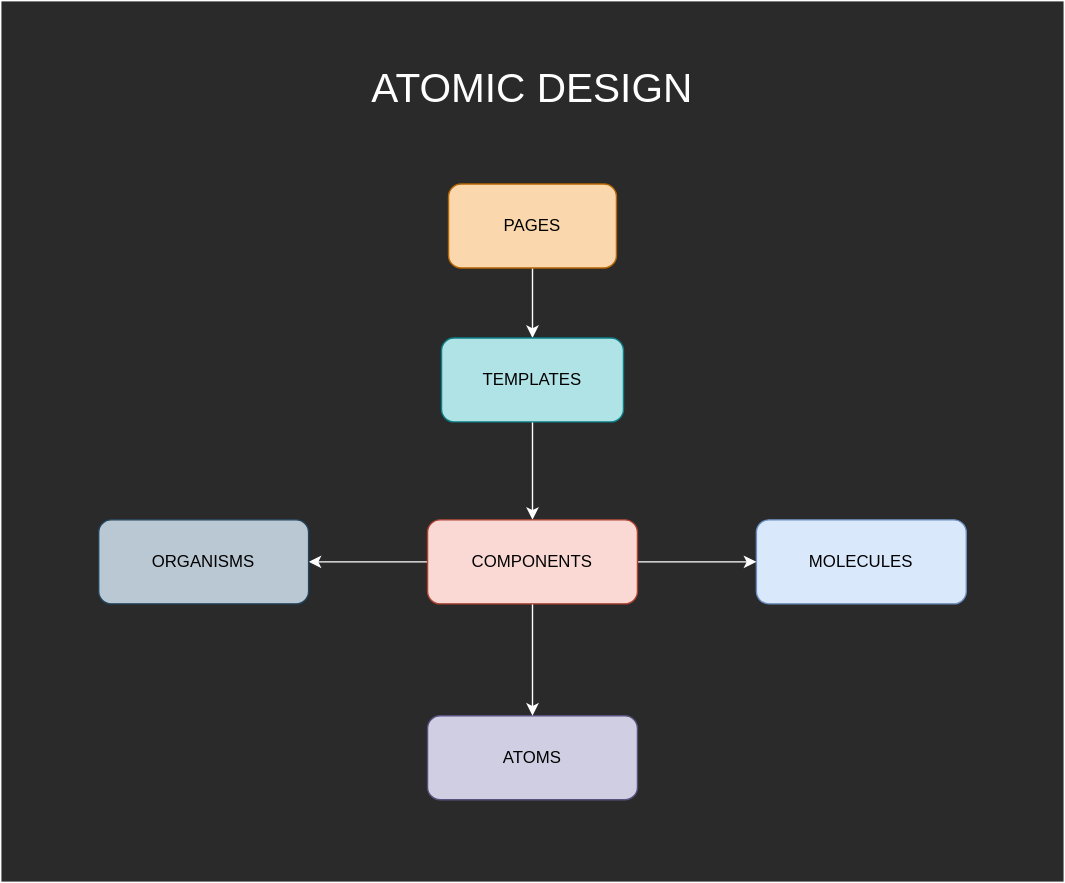
Before: informations/design.svg, a diagram exported from draw.io (LucaOster/webpack). Source tidied: cells renumbered, new cells last; positions are measured from the earlier drawing's top-left corner, leaving out a move shared by most shapes. Source of this version:
```xml
<mxGraphModel>
  <root>
    <mxCell id="0" />
    <mxCell id="1" parent="0" />
    <mxCell id="2" style="rounded=0;whiteSpace=wrap;html=1;shadow=0;sketch=0;glass=0;strokeColor=#FFFFFF;fillColor=#2A2A2A;" parent="1" vertex="1">
      <mxGeometry width="760" height="630" as="geometry" />
    </mxCell>
    <mxCell id="3" style="edgeStyle=orthogonalEdgeStyle;rounded=0;jettySize=auto;html=1;entryX=0.5;entryY=0;entryDx=0;entryDy=0;fontColor=#000000;strokeColor=#FFFFFF;" parent="1" edge="1" source="4" target="7">
      <mxGeometry relative="1" as="geometry" />
    </mxCell>
    <mxCell id="4" value="PAGES" style="rounded=1;whiteSpace=wrap;html=1;fillColor=#fad7ac;strokeColor=#b46504;fontColor=#000000;" parent="1" vertex="1">
      <mxGeometry x="320" y="131" width="120" height="60" as="geometry" />
    </mxCell>
    <mxCell id="5" value="ATOMS" style="rounded=1;whiteSpace=wrap;html=1;fillColor=#d0cee2;strokeColor=#56517e;fontColor=#000000;" parent="1" vertex="1">
      <mxGeometry x="305" y="511" width="150" height="60" as="geometry" />
    </mxCell>
    <mxCell id="6" style="edgeStyle=orthogonalEdgeStyle;rounded=0;jettySize=auto;html=1;entryX=0.5;entryY=0;entryDx=0;entryDy=0;fontColor=#000000;strokeColor=#FFFFFF;" parent="1" edge="1" source="7" target="12">
      <mxGeometry relative="1" as="geometry" />
    </mxCell>
    <mxCell id="7" value="TEMPLATES" style="rounded=1;whiteSpace=wrap;html=1;fillColor=#b0e3e6;strokeColor=#0e8088;fontColor=#000000;" parent="1" vertex="1">
      <mxGeometry x="315" y="241" width="130" height="60" as="geometry" />
    </mxCell>
    <mxCell id="8" value="MOLECULES" style="rounded=1;whiteSpace=wrap;html=1;fillColor=#dae8fc;strokeColor=#6c8ebf;fontColor=#000000;" parent="1" vertex="1">
      <mxGeometry x="540" y="371" width="150" height="60" as="geometry" />
    </mxCell>
    <mxCell id="9" style="edgeStyle=orthogonalEdgeStyle;rounded=0;jettySize=auto;html=1;entryX=0.5;entryY=0;entryDx=0;entryDy=0;fontColor=#000000;strokeColor=#FFFFFF;" parent="1" edge="1" source="12" target="5">
      <mxGeometry relative="1" as="geometry" />
    </mxCell>
    <mxCell id="10" style="edgeStyle=orthogonalEdgeStyle;rounded=0;jettySize=auto;html=1;entryX=0;entryY=0.5;entryDx=0;entryDy=0;fontColor=#000000;strokeColor=#FFFFFF;" parent="1" edge="1" source="12" target="8">
      <mxGeometry relative="1" as="geometry" />
    </mxCell>
    <mxCell id="11" style="edgeStyle=orthogonalEdgeStyle;rounded=0;jettySize=auto;html=1;entryX=1;entryY=0.5;entryDx=0;entryDy=0;fontColor=#000000;strokeColor=#FFFFFF;" parent="1" edge="1" source="12" target="13">
      <mxGeometry relative="1" as="geometry" />
    </mxCell>
    <mxCell id="12" value="COMPONENTS" style="rounded=1;whiteSpace=wrap;html=1;fillColor=#fad9d5;strokeColor=#ae4132;fontColor=#000000;" parent="1" vertex="1">
      <mxGeometry x="305" y="371" width="150" height="60" as="geometry" />
    </mxCell>
    <mxCell id="13" value="ORGANISMS" style="rounded=1;whiteSpace=wrap;html=1;fillColor=#bac8d3;strokeColor=#23445d;fontColor=#000000;" parent="1" vertex="1">
      <mxGeometry x="70" y="371" width="150" height="60" as="geometry" />
    </mxCell>
    <mxCell id="14" value="ATOMIC DESIGN" style="text;html=1;strokeColor=none;fillColor=none;align=center;verticalAlign=middle;whiteSpace=wrap;rounded=0;shadow=0;glass=0;sketch=0;fontSize=29;fontColor=#FFFFFF;" parent="1" vertex="1">
      <mxGeometry x="250" y="48" width="260" height="30" as="geometry" />
    </mxCell>
  </root>
</mxGraphModel>
```
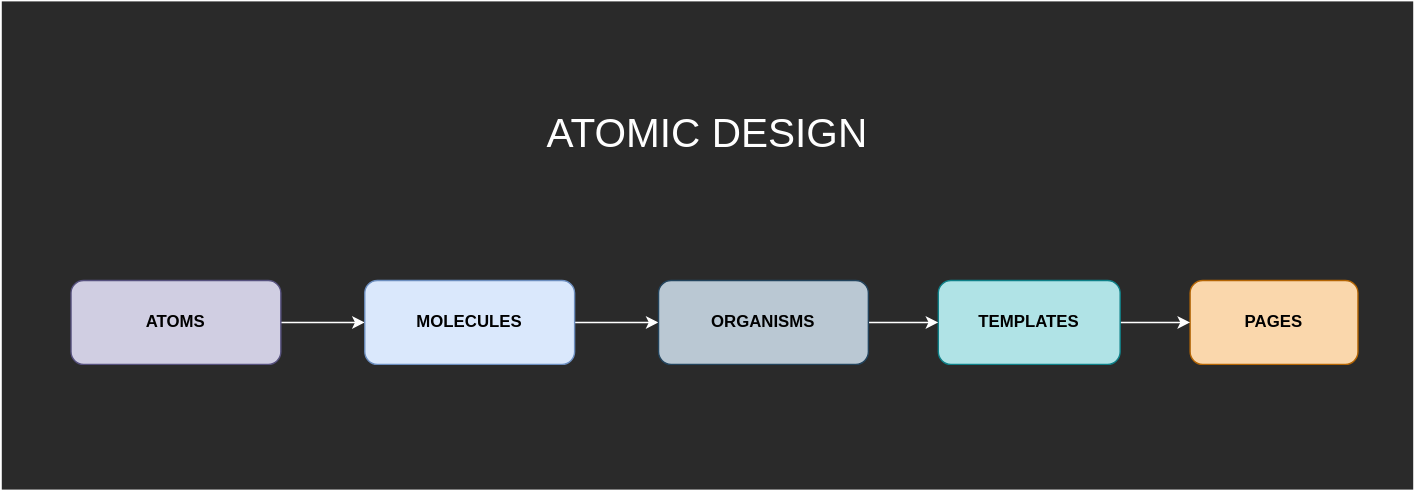
Later version of the same file.

Commit message:
docs: update diagram and text in readme

Change to the diagram source:
```diff
@@ -3,43 +3,37 @@
     <mxCell id="0" />
     <mxCell id="1" parent="0" />
     <mxCell id="2" style="rounded=0;whiteSpace=wrap;html=1;shadow=0;sketch=0;glass=0;strokeColor=#FFFFFF;fillColor=#2A2A2A;" parent="1" vertex="1">
-      <mxGeometry width="760" height="630" as="geometry" />
+      <mxGeometry y="51" width="1010" height="350" as="geometry" />
     </mxCell>
-    <mxCell id="3" style="edgeStyle=orthogonalEdgeStyle;rounded=0;jettySize=auto;html=1;entryX=0.5;entryY=0;entryDx=0;entryDy=0;fontColor=#000000;strokeColor=#FFFFFF;" parent="1" edge="1" source="4" target="7">
-      <mxGeometry relative="1" as="geometry" />
-    </mxCell>
-    <mxCell id="4" value="PAGES" style="rounded=1;whiteSpace=wrap;html=1;fillColor=#fad7ac;strokeColor=#b46504;fontColor=#000000;" parent="1" vertex="1">
-      <mxGeometry x="320" y="131" width="120" height="60" as="geometry" />
+    <mxCell id="4" value="PAGES" style="rounded=1;whiteSpace=wrap;html=1;fillColor=#fad7ac;strokeColor=#b46504;fontColor=#000000;fontStyle=1;" parent="1" vertex="1">
+      <mxGeometry x="850" y="251" width="120" height="60" as="geometry" />
     </mxCell>
+    <mxCell id="15" style="edgeStyle=orthogonalEdgeStyle;rounded=0;jettySize=auto;html=1;entryX=0;entryY=0.5;entryDx=0;entryDy=0;strokeColor=#FFFFFF;" parent="1" edge="1" source="5" target="8">
+      <mxGeometry relative="1" as="geometry" />
+    </mxCell>
-    <mxCell id="5" value="ATOMS" style="rounded=1;whiteSpace=wrap;html=1;fillColor=#d0cee2;strokeColor=#56517e;fontColor=#000000;" parent="1" vertex="1">
-      <mxGeometry x="305" y="511" width="150" height="60" as="geometry" />
+    <mxCell id="5" value="ATOMS" style="rounded=1;whiteSpace=wrap;html=1;fillColor=#d0cee2;strokeColor=#56517e;fontColor=#000000;fontStyle=1;" parent="1" vertex="1">
+      <mxGeometry x="50" y="251" width="150" height="60" as="geometry" />
     </mxCell>
-    <mxCell id="6" style="edgeStyle=orthogonalEdgeStyle;rounded=0;jettySize=auto;html=1;entryX=0.5;entryY=0;entryDx=0;entryDy=0;fontColor=#000000;strokeColor=#FFFFFF;" parent="1" edge="1" source="7" target="12">
-      <mxGeometry relative="1" as="geometry" />
-    </mxCell>
+    <mxCell id="16" style="edgeStyle=orthogonalEdgeStyle;rounded=0;jettySize=auto;html=1;strokeColor=#FFFFFF;" parent="1" edge="1" source="7" target="4">
+      <mxGeometry relative="1" as="geometry" />
+    </mxCell>
-    <mxCell id="7" value="TEMPLATES" style="rounded=1;whiteSpace=wrap;html=1;fillColor=#b0e3e6;strokeColor=#0e8088;fontColor=#000000;" parent="1" vertex="1">
-      <mxGeometry x="315" y="241" width="130" height="60" as="geometry" />
+    <mxCell id="7" value="TEMPLATES" style="rounded=1;whiteSpace=wrap;html=1;fillColor=#b0e3e6;strokeColor=#0e8088;fontColor=#000000;fontStyle=1;" parent="1" vertex="1">
+      <mxGeometry x="670" y="251" width="130" height="60" as="geometry" />
     </mxCell>
+    <mxCell id="17" style="edgeStyle=orthogonalEdgeStyle;rounded=0;jettySize=auto;html=1;entryX=0;entryY=0.5;entryDx=0;entryDy=0;strokeColor=#FFFFFF;" parent="1" edge="1" source="8" target="13">
+      <mxGeometry relative="1" as="geometry" />
+    </mxCell>
-    <mxCell id="8" value="MOLECULES" style="rounded=1;whiteSpace=wrap;html=1;fillColor=#dae8fc;strokeColor=#6c8ebf;fontColor=#000000;" parent="1" vertex="1">
-      <mxGeometry x="540" y="371" width="150" height="60" as="geometry" />
+    <mxCell id="8" value="MOLECULES" style="rounded=1;whiteSpace=wrap;html=1;fillColor=#dae8fc;strokeColor=#6c8ebf;fontColor=#000000;fontStyle=1;" parent="1" vertex="1">
+      <mxGeometry x="260" y="251" width="150" height="60" as="geometry" />
     </mxCell>
-    <mxCell id="9" style="edgeStyle=orthogonalEdgeStyle;rounded=0;jettySize=auto;html=1;entryX=0.5;entryY=0;entryDx=0;entryDy=0;fontColor=#000000;strokeColor=#FFFFFF;" parent="1" edge="1" source="12" target="5">
-      <mxGeometry relative="1" as="geometry" />
-    </mxCell>
-    <mxCell id="10" style="edgeStyle=orthogonalEdgeStyle;rounded=0;jettySize=auto;html=1;entryX=0;entryY=0.5;entryDx=0;entryDy=0;fontColor=#000000;strokeColor=#FFFFFF;" parent="1" edge="1" source="12" target="8">
-      <mxGeometry relative="1" as="geometry" />
-    </mxCell>
-    <mxCell id="11" style="edgeStyle=orthogonalEdgeStyle;rounded=0;jettySize=auto;html=1;entryX=1;entryY=0.5;entryDx=0;entryDy=0;fontColor=#000000;strokeColor=#FFFFFF;" parent="1" edge="1" source="12" target="13">
-      <mxGeometry relative="1" as="geometry" />
-    </mxCell>
-    <mxCell id="12" value="COMPONENTS" style="rounded=1;whiteSpace=wrap;html=1;fillColor=#fad9d5;strokeColor=#ae4132;fontColor=#000000;" parent="1" vertex="1">
-      <mxGeometry x="305" y="371" width="150" height="60" as="geometry" />
-    </mxCell>
+    <mxCell id="18" style="edgeStyle=orthogonalEdgeStyle;rounded=0;jettySize=auto;html=1;entryX=0;entryY=0.5;entryDx=0;entryDy=0;strokeColor=#FFFFFF;" parent="1" edge="1" source="13" target="7">
+      <mxGeometry relative="1" as="geometry" />
+    </mxCell>
-    <mxCell id="13" value="ORGANISMS" style="rounded=1;whiteSpace=wrap;html=1;fillColor=#bac8d3;strokeColor=#23445d;fontColor=#000000;" parent="1" vertex="1">
-      <mxGeometry x="70" y="371" width="150" height="60" as="geometry" />
+    <mxCell id="13" value="ORGANISMS" style="rounded=1;whiteSpace=wrap;html=1;fillColor=#bac8d3;strokeColor=#23445d;fontColor=#000000;fontStyle=1;" parent="1" vertex="1">
+      <mxGeometry x="470" y="251" width="150" height="60" as="geometry" />
     </mxCell>
     <mxCell id="14" value="ATOMIC DESIGN" style="text;html=1;strokeColor=none;fillColor=none;align=center;verticalAlign=middle;whiteSpace=wrap;rounded=0;shadow=0;glass=0;sketch=0;fontSize=29;fontColor=#FFFFFF;" parent="1" vertex="1">
-      <mxGeometry x="250" y="48" width="260" height="30" as="geometry" />
+      <mxGeometry x="375" y="131" width="260" height="30" as="geometry" />
     </mxCell>
   </root>
 </mxGraphModel>
```
